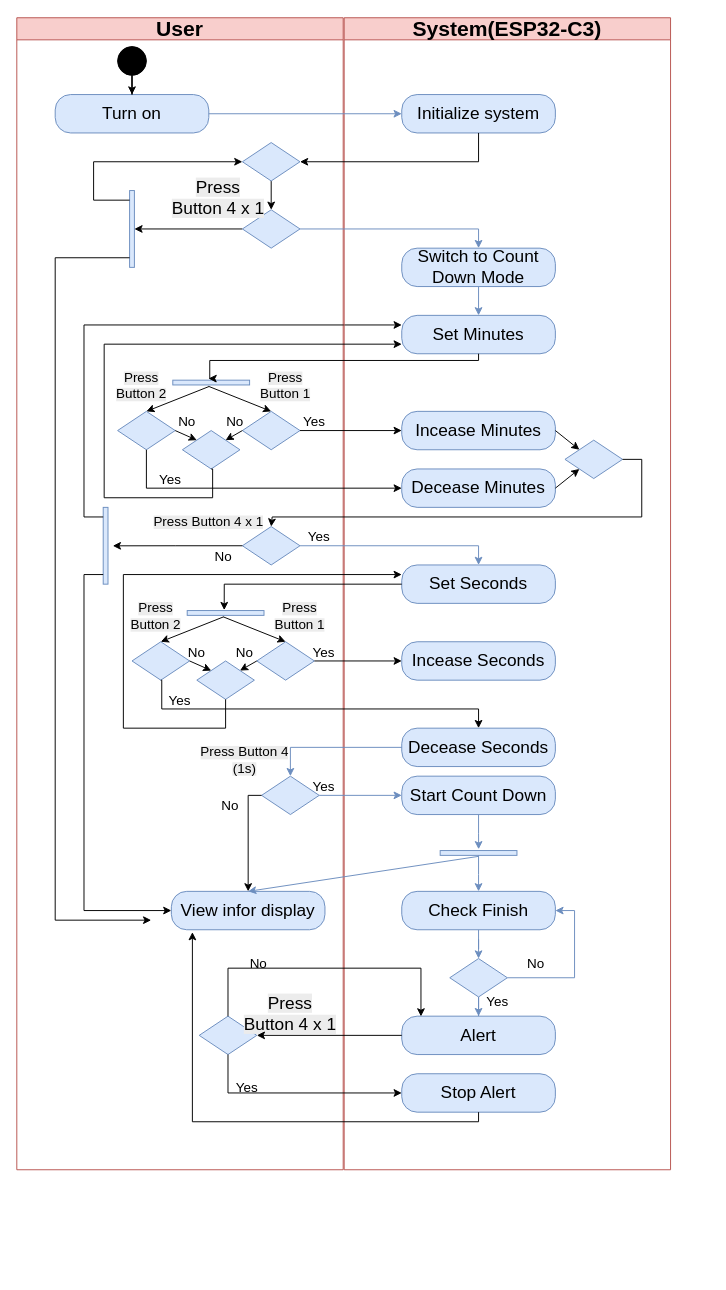
The draw.io diagram page "Activity Count Down Diagram" (12 of 17) of UML.drawio in 106210049/CK_RTOS, before the edit. Source tidied: cells renumbered, new cells numbered last; positions are measured from the earlier drawing's top-left corner, leaving out a move shared by most shapes. Both pictures are drawn from the tidied source at 96%, with x=0, y=0 at pixel (16, 17).
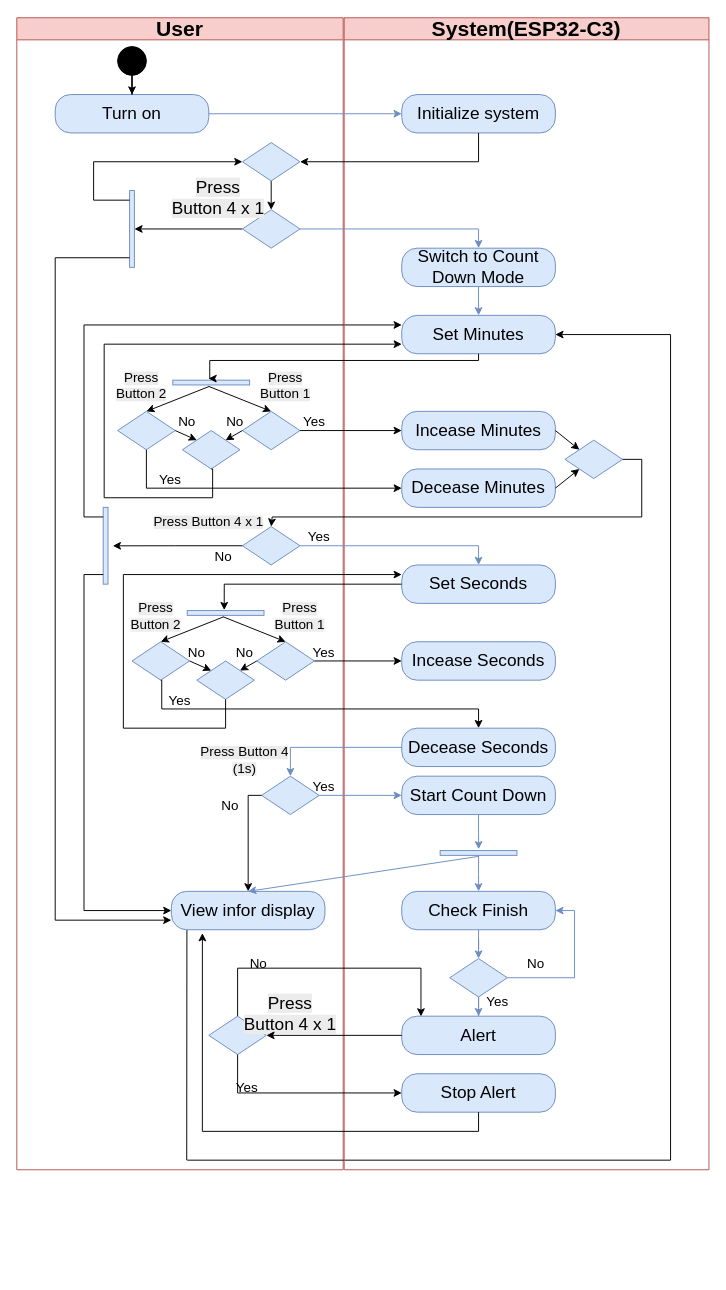
Above is the later version.

Unchanged cells that the change refers to:
```xml
<mxCell id="2" value="&lt;font style=&quot;font-size: 22px;&quot;&gt;User&lt;/font&gt;" style="swimlane;whiteSpace=wrap;html=1;fillColor=#f8cecc;strokeColor=#b85450;" parent="1" vertex="1">
  <mxGeometry width="340" height="1200" as="geometry" />
</mxCell>
<mxCell id="70" value="View infor display" style="rounded=1;whiteSpace=wrap;html=1;arcSize=40;fillColor=#dae8fc;strokeColor=#6c8ebf;fontSize=18;" parent="66" vertex="1">
  <mxGeometry x="-180" y="910" width="160" height="40" as="geometry" />
</mxCell>
<mxCell id="81" value="Alert" style="rounded=1;whiteSpace=wrap;html=1;arcSize=40;fillColor=#dae8fc;strokeColor=#6c8ebf;fontSize=18;" parent="66" vertex="1">
  <mxGeometry x="60" y="1040" width="160" height="40" as="geometry" />
</mxCell>
<mxCell id="85" value="Stop Alert" style="rounded=1;whiteSpace=wrap;html=1;arcSize=40;fillColor=#dae8fc;strokeColor=#6c8ebf;fontSize=18;" parent="66" vertex="1">
  <mxGeometry x="60" y="1100" width="160" height="40" as="geometry" />
</mxCell>
<mxCell id="90" value="&lt;font&gt;Set Minutes&lt;/font&gt;" style="rounded=1;whiteSpace=wrap;html=1;arcSize=40;fillColor=#dae8fc;strokeColor=#6c8ebf;fontSize=18;" parent="66" vertex="1">
  <mxGeometry x="60" y="310" width="160" height="40" as="geometry" />
</mxCell>
```

Change to the diagram source:
```diff
@@
     <mxCell id="15" style="rhombus;whiteSpace=wrap;html=1;fillColor=#dae8fc;strokeColor=#6c8ebf;fontSize=18;" parent="2" vertex="1">
-      <mxGeometry x="190" y="1040" width="60" height="40" as="geometry" />
+      <mxGeometry x="200" y="1040" width="60" height="40" as="geometry" />
     </mxCell>
@@
-    <mxCell id="25" style="endArrow=classic;html=1;rounded=0;entryX=0;entryY=0.5;entryDx=0;entryDy=0;" parent="2" edge="1">
+    <mxCell id="25" style="endArrow=classic;html=1;rounded=0;entryX=0;entryY=0.75;entryDx=0;entryDy=0;" parent="2" edge="1" target="70">
       <mxGeometry relative="1" as="geometry">
         <mxPoint x="40" y="940" as="sourcePoint" />
-        <mxPoint x="140" y="940" as="targetPoint" />
       </mxGeometry>
     </mxCell>
@@
+    <mxCell id="114" style="endArrow=none;html=1;rounded=0;" parent="2" edge="1">
+      <mxGeometry relative="1" as="geometry">
+        <mxPoint x="177" y="1190" as="sourcePoint" />
+        <mxPoint x="177.2" y="950" as="targetPoint" />
+      </mxGeometry>
+    </mxCell>
+    <mxCell id="115" value="&lt;div&gt;&lt;br&gt;&lt;/div&gt;&lt;div&gt;&lt;br&gt;&lt;/div&gt;&lt;div&gt;&lt;br&gt;&lt;/div&gt;&lt;div&gt;&lt;br&gt;&lt;/div&gt;&lt;div&gt;&lt;br&gt;&lt;/div&gt;&lt;div&gt;&lt;br&gt;&lt;/div&gt;&lt;div&gt;&lt;br&gt;&lt;/div&gt;&lt;div&gt;&lt;br&gt;&lt;/div&gt;&lt;div&gt;&lt;br&gt;&lt;/div&gt;&lt;div&gt;&lt;br&gt;&lt;/div&gt;&lt;div&gt;&lt;br&gt;&lt;/div&gt;&lt;div&gt;&lt;br&gt;&lt;/div&gt;&lt;div&gt;&lt;br&gt;&lt;/div&gt;&lt;div&gt;&lt;br&gt;&lt;/div&gt;&lt;div&gt;&lt;br&gt;&lt;/div&gt;&lt;div&gt;&lt;br&gt;&lt;/div&gt;&lt;div&gt;&lt;br&gt;&lt;/div&gt;&lt;div&gt;&lt;br&gt;&lt;/div&gt;" style="endArrow=none;html=1;rounded=0;" parent="2" edge="1">
+      <mxGeometry relative="1" as="geometry">
+        <mxPoint x="177.5" y="1190" as="sourcePoint" />
+        <mxPoint x="681" y="1190" as="targetPoint" />
+      </mxGeometry>
+    </mxCell>
     <mxCell id="66" value="&lt;font style=&quot;font-size: 22px;&quot;&gt;System(ESP32-C3)&lt;/font&gt;" style="swimlane;whiteSpace=wrap;html=1;fillColor=#f8cecc;strokeColor=#b85450;" parent="1" vertex="1">
-      <mxGeometry x="341" width="340" height="1200" as="geometry" />
+      <mxGeometry x="341" width="380" height="1200" as="geometry" />
     </mxCell>
@@
-    <mxCell id="94" style="edgeStyle=orthogonalEdgeStyle;rounded=0;jettySize=auto;html=1;entryX=0.137;entryY=1.061;entryDx=0;entryDy=0;entryPerimeter=0;" parent="66" edge="1" source="85" target="70">
-      <mxGeometry relative="1" as="geometry">
-        <Array as="points">
-          <mxPoint x="140" y="1150" />
-          <mxPoint x="-158" y="1150" />
-        </Array>
-      </mxGeometry>
+    <mxCell id="94" style="edgeStyle=orthogonalEdgeStyle;rounded=0;jettySize=auto;html=1;exitX=0.5;exitY=1;exitDx=0;exitDy=0;entryX=0.202;entryY=1.088;entryDx=0;entryDy=0;entryPerimeter=0;" parent="66" edge="1" source="85" target="70">
+      <mxGeometry relative="1" as="geometry" />
     </mxCell>
+    <mxCell id="116" style="endArrow=none;html=1;rounded=0;" parent="66" edge="1">
+      <mxGeometry relative="1" as="geometry">
+        <mxPoint x="340" y="1190" as="sourcePoint" />
+        <mxPoint x="340" y="330" as="targetPoint" />
+      </mxGeometry>
+    </mxCell>
+    <mxCell id="117" style="endArrow=classic;html=1;rounded=0;entryX=1;entryY=0.5;entryDx=0;entryDy=0;" parent="66" edge="1" target="90">
+      <mxGeometry relative="1" as="geometry">
+        <mxPoint x="340" y="330" as="sourcePoint" />
+      </mxGeometry>
+    </mxCell>
@@
     <mxCell id="102" style="edgeStyle=orthogonalEdgeStyle;rounded=0;jettySize=auto;html=1;exitX=0.5;exitY=0;exitDx=0;exitDy=0;entryX=0.125;entryY=0.007;entryDx=0;entryDy=0;entryPerimeter=0;" parent="1" edge="1" source="15" target="81">
       <mxGeometry relative="1" as="geometry">
         <Array as="points">
-          <mxPoint x="221" y="990" />
-          <mxPoint x="401" y="990" />
+          <mxPoint x="230" y="990" />
+          <mxPoint x="421" y="990" />
         </Array>
       </mxGeometry>
     </mxCell>
```
